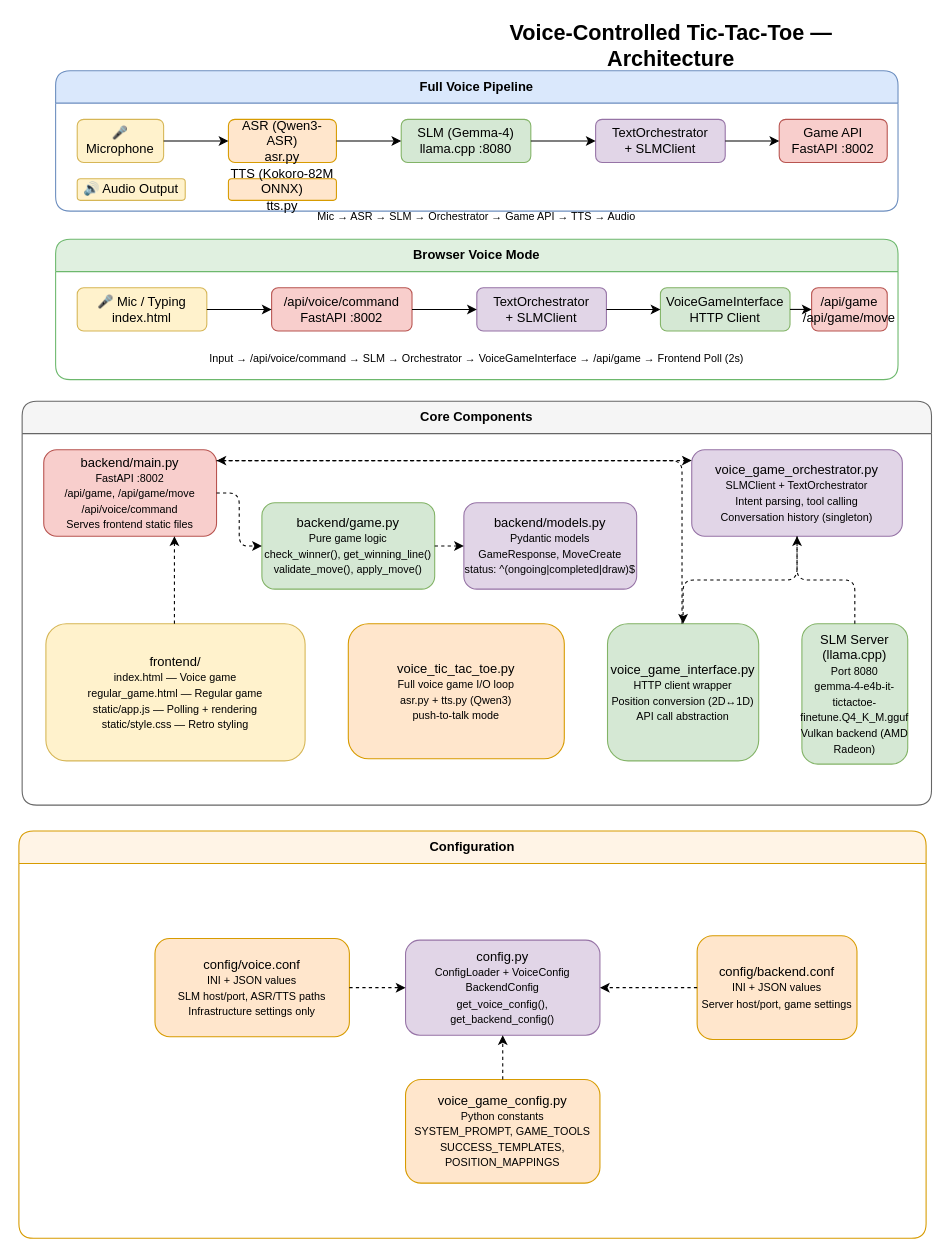
Earlier version of the draw.io diagram architecture.drawio (moedesux/tic-tac-toe-jev). Source tidied: cells renumbered, new cells numbered last; positions are measured from the earlier drawing's top-left corner, leaving out a move shared by most shapes. Both pictures are drawn from the tidied source at 108%, with x=0, y=0 at pixel (18, 23).
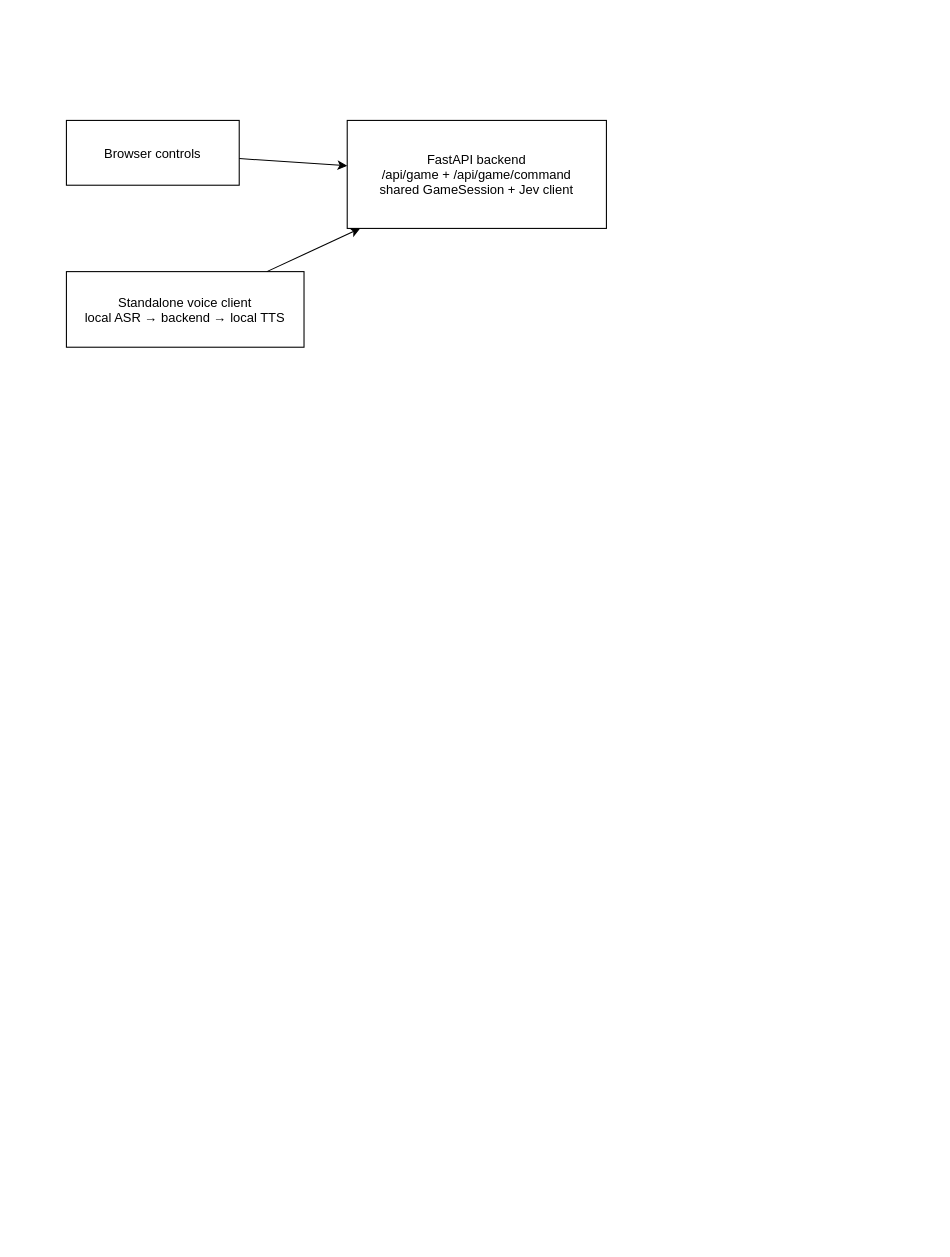
The same page after the edit.

The edit, as a diff of the source:
```diff
@@
-    <mxCell id="2" value="Voice-Controlled Tic-Tac-Toe — Architecture" style="text;html=1;strokeColor=none;fillColor=none;align=center;verticalAlign=middle;whiteSpace=wrap;rounded=0;fontSize=20;fontStyle=1;" parent="1" vertex="1">
-      <mxGeometry x="404" width="400" height="40" as="geometry" />
-    </mxCell>
-    <mxCell id="3" value="Full Voice Pipeline" style="swimlane;startSize=30;fillColor=#dae8fc;strokeColor=#6c8ebf;rounded=1;whiteSpace=wrap;html=1;" parent="1" vertex="1">
-      <mxGeometry x="34" y="44" width="780" height="130" as="geometry" />
-    </mxCell>
-    <mxCell id="4" value="🎤 Microphone" style="rounded=1;whiteSpace=wrap;html=1;fillColor=#fff2cc;strokeColor=#d6b656;" parent="3" vertex="1">
-      <mxGeometry x="20" y="45" width="80" height="40" as="geometry" />
-    </mxCell>
-    <mxCell id="5" value="ASR (Qwen3-ASR)&lt;br/&gt;asr.py" style="rounded=1;whiteSpace=wrap;html=1;fillColor=#ffe6cc;strokeColor=#d79b00;" parent="3" vertex="1">
-      <mxGeometry x="160" y="45" width="100" height="40" as="geometry" />
-    </mxCell>
-    <mxCell id="6" value="SLM (Gemma-4)&lt;br/&gt;llama.cpp :8080" style="rounded=1;whiteSpace=wrap;html=1;fillColor=#d5e8d4;strokeColor=#82b366;" parent="3" vertex="1">
-      <mxGeometry x="320" y="45" width="120" height="40" as="geometry" />
-    </mxCell>
-    <mxCell id="7" value="TextOrchestrator&lt;br/&gt;+ SLMClient" style="rounded=1;whiteSpace=wrap;html=1;fillColor=#e1d5e7;strokeColor=#9673a6;" parent="3" vertex="1">
-      <mxGeometry x="500" y="45" width="120" height="40" as="geometry" />
-    </mxCell>
-    <mxCell id="8" value="Game API&lt;br/&gt;FastAPI :8002" style="rounded=1;whiteSpace=wrap;html=1;fillColor=#f8cecc;strokeColor=#b85450;" parent="3" vertex="1">
-      <mxGeometry x="670" y="45" width="100" height="40" as="geometry" />
-    </mxCell>
-    <mxCell id="9" value="TTS (Kokoro-82M ONNX)&lt;br/&gt;tts.py" style="rounded=1;whiteSpace=wrap;html=1;fillColor=#ffe6cc;strokeColor=#d79b00;" parent="3" vertex="1">
-      <mxGeometry x="160" y="100" width="100" height="20" as="geometry" />
-    </mxCell>
-    <mxCell id="10" value="🔊 Audio Output" style="rounded=1;whiteSpace=wrap;html=1;fillColor=#fff2cc;strokeColor=#d6b656;" parent="3" vertex="1">
-      <mxGeometry x="20" y="100" width="100" height="20" as="geometry" />
-    </mxCell>
+    <mxCell id="51" value="FastAPI backend&#10;/api/game + /api/game/command&#10;shared GameSession + Jev client" parent="1" vertex="1">
+      <mxGeometry x="304" y="90" width="240" height="100" as="geometry" />
+    </mxCell>
+    <mxCell id="52" value="Browser controls" parent="1" vertex="1">
+      <mxGeometry x="44" y="90" width="160" height="60" as="geometry" />
+    </mxCell>
+    <mxCell id="53" value="Standalone voice client&#10;local ASR → backend → local TTS" parent="1" vertex="1">
+      <mxGeometry x="44" y="230" width="220" height="70" as="geometry" />
+    </mxCell>
-    <mxCell id="11" style="edgeStyle=orthogonalEdgeStyle;rounded=1;html=1;" parent="3" edge="1" source="4" target="5">
+    <mxCell id="11" parent="1" edge="1" source="52" target="51">
       <mxGeometry relative="1" as="geometry" />
     </mxCell>
-    <mxCell id="12" style="edgeStyle=orthogonalEdgeStyle;rounded=1;html=1;" parent="3" edge="1" source="5" target="6">
+    <mxCell id="12" parent="1" edge="1" source="53" target="51">
       <mxGeometry relative="1" as="geometry" />
     </mxCell>
-    <mxCell id="13" style="edgeStyle=orthogonalEdgeStyle;rounded=1;html=1;" parent="3" edge="1" source="6" target="7">
-      <mxGeometry relative="1" as="geometry" />
-    </mxCell>
-    <mxCell id="14" style="edgeStyle=orthogonalEdgeStyle;rounded=1;html=1;" parent="3" edge="1" source="7" target="8">
-      <mxGeometry relative="1" as="geometry" />
-    </mxCell>
-    <mxCell id="15" value="Mic → ASR → SLM → Orchestrator → Game API → TTS → Audio" style="text;html=1;strokeColor=none;fillColor=none;align=center;verticalAlign=middle;whiteSpace=wrap;rounded=0;fontSize=10;" parent="3" vertex="1">
-      <mxGeometry x="20" y="125" width="740" height="20" as="geometry" />
-    </mxCell>
-    <mxCell id="16" value="Browser Voice Mode" style="swimlane;startSize=30;fillColor=#e0f0e0;strokeColor=#6db86d;rounded=1;whiteSpace=wrap;html=1;" parent="1" vertex="1">
-      <mxGeometry x="34" y="200" width="780" height="130" as="geometry" />
-    </mxCell>
-    <mxCell id="17" value="🎤 Mic / Typing&lt;br/&gt;index.html" style="rounded=1;whiteSpace=wrap;html=1;fillColor=#fff2cc;strokeColor=#d6b656;" parent="16" vertex="1">
-      <mxGeometry x="20" y="45" width="120" height="40" as="geometry" />
-    </mxCell>
-    <mxCell id="18" value="/api/voice/command&lt;br/&gt;FastAPI :8002" style="rounded=1;whiteSpace=wrap;html=1;fillColor=#f8cecc;strokeColor=#b85450;" parent="16" vertex="1">
-      <mxGeometry x="200" y="45" width="130" height="40" as="geometry" />
-    </mxCell>
-    <mxCell id="19" value="TextOrchestrator&lt;br/&gt;+ SLMClient" style="rounded=1;whiteSpace=wrap;html=1;fillColor=#e1d5e7;strokeColor=#9673a6;" parent="16" vertex="1">
-      <mxGeometry x="390" y="45" width="120" height="40" as="geometry" />
-    </mxCell>
-    <mxCell id="20" value="VoiceGameInterface&lt;br/&gt;HTTP Client" style="rounded=1;whiteSpace=wrap;html=1;fillColor=#d5e8d4;strokeColor=#82b366;" parent="16" vertex="1">
-      <mxGeometry x="560" y="45" width="120" height="40" as="geometry" />
-    </mxCell>
-    <mxCell id="21" value="/api/game&lt;br/&gt;/api/game/move" style="rounded=1;whiteSpace=wrap;html=1;fillColor=#f8cecc;strokeColor=#b85450;" parent="16" vertex="1">
-      <mxGeometry x="700" y="45" width="70" height="40" as="geometry" />
-    </mxCell>
-    <mxCell id="22" style="edgeStyle=orthogonalEdgeStyle;rounded=1;html=1;" parent="16" edge="1" source="17" target="18">
-      <mxGeometry relative="1" as="geometry" />
-    </mxCell>
-    <mxCell id="23" style="edgeStyle=orthogonalEdgeStyle;rounded=1;html=1;" parent="16" edge="1" source="18" target="19">
-      <mxGeometry relative="1" as="geometry" />
-    </mxCell>
-    <mxCell id="24" style="edgeStyle=orthogonalEdgeStyle;rounded=1;html=1;" parent="16" edge="1" source="19" target="20">
-      <mxGeometry relative="1" as="geometry" />
-    </mxCell>
-    <mxCell id="25" style="edgeStyle=orthogonalEdgeStyle;rounded=1;html=1;" parent="16" edge="1" source="20" target="21">
-      <mxGeometry relative="1" as="geometry" />
-    </mxCell>
-    <mxCell id="26" value="Input → /api/voice/command → SLM → Orchestrator → VoiceGameInterface → /api/game → Frontend Poll (2s)" style="text;html=1;strokeColor=none;fillColor=none;align=center;verticalAlign=middle;whiteSpace=wrap;rounded=0;fontSize=10;" parent="16" vertex="1">
-      <mxGeometry x="20" y="100" width="740" height="20" as="geometry" />
-    </mxCell>
-    <mxCell id="27" value="Core Components" style="swimlane;startSize=30;fillColor=#f5f5f5;strokeColor=#666666;rounded=1;whiteSpace=wrap;html=1;" parent="1" vertex="1">
-      <mxGeometry x="3" y="350" width="842" height="374" as="geometry" />
-    </mxCell>
-    <mxCell id="28" value="backend/main.py&lt;br/&gt;&lt;font style=&quot;font-size:10px&quot;&gt;FastAPI :8002&lt;br/&gt;/api/game, /api/game/move&lt;br/&gt;/api/voice/command&lt;br/&gt;Serves frontend static files&lt;/font&gt;" style="rounded=1;whiteSpace=wrap;html=1;fillColor=#f8cecc;strokeColor=#b85450;" parent="27" vertex="1">
-      <mxGeometry x="20" y="45" width="160" height="80" as="geometry" />
-    </mxCell>
-    <mxCell id="29" value="backend/game.py&lt;br/&gt;&lt;font style=&quot;font-size:10px&quot;&gt;Pure game logic&lt;br/&gt;check_winner(), get_winning_line()&lt;br/&gt;validate_move(), apply_move()&lt;/font&gt;" style="rounded=1;whiteSpace=wrap;html=1;fillColor=#d5e8d4;strokeColor=#82b366;" parent="27" vertex="1">
-      <mxGeometry x="222" y="94" width="160" height="80" as="geometry" />
-    </mxCell>
-    <mxCell id="30" value="backend/models.py&lt;br/&gt;&lt;font style=&quot;font-size:10px&quot;&gt;Pydantic models&lt;br/&gt;GameResponse, MoveCreate&lt;br/&gt;status: ^(ongoing|completed|draw)$&lt;/font&gt;" style="rounded=1;whiteSpace=wrap;html=1;fillColor=#e1d5e7;strokeColor=#9673a6;" parent="27" vertex="1">
-      <mxGeometry x="409" y="94" width="160" height="80" as="geometry" />
-    </mxCell>
-    <mxCell id="31" value="voice_game_orchestrator.py&lt;br/&gt;&lt;font style=&quot;font-size:10px&quot;&gt;SLMClient + TextOrchestrator&lt;br/&gt;Intent parsing, tool calling&lt;br/&gt;Conversation history (singleton)&lt;/font&gt;" style="rounded=1;whiteSpace=wrap;html=1;fillColor=#e1d5e7;strokeColor=#9673a6;" parent="27" vertex="1">
-      <mxGeometry x="620" y="45" width="195" height="80" as="geometry" />
-    </mxCell>
-    <mxCell id="32" value="frontend/&lt;br/&gt;&lt;font style=&quot;font-size:10px&quot;&gt;index.html — Voice game&lt;br/&gt;regular_game.html — Regular game&lt;br/&gt;static/app.js — Polling + rendering&lt;br/&gt;static/style.css — Retro styling&lt;/font&gt;" style="rounded=1;whiteSpace=wrap;html=1;fillColor=#fff2cc;strokeColor=#d6b656;" parent="27" vertex="1">
-      <mxGeometry x="22" y="206" width="240" height="127" as="geometry" />
-    </mxCell>
-    <mxCell id="33" value="voice_tic_tac_toe.py&lt;br/&gt;&lt;font style=&quot;font-size:10px&quot;&gt;Full voice game I/O loop&lt;br/&gt;asr.py + tts.py (Qwen3)&lt;br/&gt;push-to-talk mode&lt;/font&gt;" style="rounded=1;whiteSpace=wrap;html=1;fillColor=#ffe6cc;strokeColor=#d79b00;" parent="27" vertex="1">
-      <mxGeometry x="302" y="206" width="200" height="125" as="geometry" />
-    </mxCell>
-    <mxCell id="34" value="voice_game_interface.py&lt;br/&gt;&lt;font style=&quot;font-size:10px&quot;&gt;HTTP client wrapper&lt;br/&gt;Position conversion (2D↔1D)&lt;br/&gt;API call abstraction&lt;/font&gt;" style="rounded=1;whiteSpace=wrap;html=1;fillColor=#d5e8d4;strokeColor=#82b366;" parent="27" vertex="1">
-      <mxGeometry x="542" y="206" width="140" height="127" as="geometry" />
-    </mxCell>
-    <mxCell id="35" value="SLM Server (llama.cpp)&lt;br/&gt;&lt;font style=&quot;font-size:10px&quot;&gt;Port 8080&lt;br/&gt;gemma-4-e4b-it-tictactoe-finetune.Q4_K_M.gguf&lt;br/&gt;Vulkan backend (AMD Radeon)&lt;/font&gt;" style="rounded=1;whiteSpace=wrap;html=1;fillColor=#d5e8d4;strokeColor=#82b366;" parent="27" vertex="1">
-      <mxGeometry x="722" y="206" width="98" height="130" as="geometry" />
-    </mxCell>
-    <mxCell id="36" value="Configuration" style="swimlane;startSize=30;fillColor=#fff4e6;strokeColor=#d79b00;rounded=1;whiteSpace=wrap;html=1;" parent="1" vertex="1">
-      <mxGeometry y="748" width="840" height="377" as="geometry" />
-    </mxCell>
-    <mxCell id="37" value="config/voice.conf&lt;br/&gt;&lt;font style=&quot;font-size:10px&quot;&gt;INI + JSON values&lt;br/&gt;SLM host/port, ASR/TTS paths&lt;br/&gt;Infrastructure settings only&lt;/font&gt;" style="rounded=1;whiteSpace=wrap;html=1;fillColor=#ffe6cc;strokeColor=#d79b00;" parent="36" vertex="1">
-      <mxGeometry x="126" y="99.5" width="180" height="91" as="geometry" />
-    </mxCell>
-    <mxCell id="38" value="voice_game_config.py&lt;br/&gt;&lt;font style=&quot;font-size:10px&quot;&gt;Python constants&lt;br/&gt;SYSTEM_PROMPT, GAME_TOOLS&lt;br/&gt;SUCCESS_TEMPLATES, POSITION_MAPPINGS&lt;/font&gt;" style="rounded=1;whiteSpace=wrap;html=1;fillColor=#ffe6cc;strokeColor=#d79b00;" parent="36" vertex="1">
-      <mxGeometry x="358" y="230" width="180" height="96" as="geometry" />
-    </mxCell>
-    <mxCell id="39" value="config/backend.conf&lt;br/&gt;&lt;font style=&quot;font-size:10px&quot;&gt;INI + JSON values&lt;br/&gt;Server host/port, game settings&lt;/font&gt;" style="rounded=1;whiteSpace=wrap;html=1;fillColor=#ffe6cc;strokeColor=#d79b00;" parent="36" vertex="1">
-      <mxGeometry x="628" y="97" width="148" height="96" as="geometry" />
-    </mxCell>
-    <mxCell id="40" value="config.py&lt;br/&gt;&lt;font style=&quot;font-size:10px&quot;&gt;ConfigLoader + VoiceConfig&lt;br/&gt;BackendConfig&lt;br/&gt;get_voice_config(), get_backend_config()&lt;/font&gt;" style="rounded=1;whiteSpace=wrap;html=1;fillColor=#e1d5e7;strokeColor=#9673a6;" parent="36" vertex="1">
-      <mxGeometry x="358" y="101" width="180" height="88" as="geometry" />
-    </mxCell>
-    <mxCell id="41" style="edgeStyle=orthogonalEdgeStyle;rounded=1;html=1;dashed=1;" parent="36" edge="1" source="37" target="40">
-      <mxGeometry relative="1" as="geometry" />
-    </mxCell>
-    <mxCell id="42" style="edgeStyle=orthogonalEdgeStyle;rounded=1;html=1;dashed=1;" parent="36" edge="1" source="38" target="40">
-      <mxGeometry relative="1" as="geometry" />
-    </mxCell>
-    <mxCell id="43" style="edgeStyle=orthogonalEdgeStyle;rounded=1;html=1;dashed=1;" parent="36" edge="1" source="39" target="40">
-      <mxGeometry relative="1" as="geometry" />
-    </mxCell>
-    <mxCell id="44" style="edgeStyle=orthogonalEdgeStyle;rounded=1;html=1;dashed=1;" parent="1" edge="1" source="28" target="29">
-      <mxGeometry relative="1" as="geometry" />
-    </mxCell>
-    <mxCell id="45" style="edgeStyle=orthogonalEdgeStyle;rounded=1;html=1;dashed=1;" parent="1" edge="1" source="29" target="30">
-      <mxGeometry relative="1" as="geometry" />
-    </mxCell>
-    <mxCell id="46" style="edgeStyle=orthogonalEdgeStyle;rounded=1;html=1;dashed=1;" parent="1" edge="1" source="28" target="31">
-      <mxGeometry relative="1" as="geometry">
-        <Array as="points">
-          <mxPoint x="304" y="405" />
-          <mxPoint x="304" y="405" />
-        </Array>
-      </mxGeometry>
-    </mxCell>
-    <mxCell id="47" style="edgeStyle=orthogonalEdgeStyle;rounded=1;html=1;dashed=1;" parent="1" edge="1" source="31" target="34">
-      <mxGeometry relative="1" as="geometry" />
-    </mxCell>
-    <mxCell id="48" style="edgeStyle=orthogonalEdgeStyle;rounded=1;html=1;dashed=1;" parent="1" edge="1" source="34" target="28">
-      <mxGeometry relative="1" as="geometry">
-        <Array as="points">
-          <mxPoint x="614" y="405" />
-          <mxPoint x="104" y="405" />
-        </Array>
-      </mxGeometry>
-    </mxCell>
-    <mxCell id="49" style="edgeStyle=orthogonalEdgeStyle;rounded=1;html=1;dashed=1;" parent="1" edge="1" source="32" target="28">
-      <mxGeometry relative="1" as="geometry">
-        <Array as="points">
-          <mxPoint x="144" y="520" />
-          <mxPoint x="144" y="450" />
-        </Array>
-      </mxGeometry>
-    </mxCell>
-    <mxCell id="50" style="edgeStyle=orthogonalEdgeStyle;rounded=1;html=1;dashed=1;" parent="1" edge="1" source="35" target="31">
-      <mxGeometry relative="1" as="geometry" />
-    </mxCell>
```
